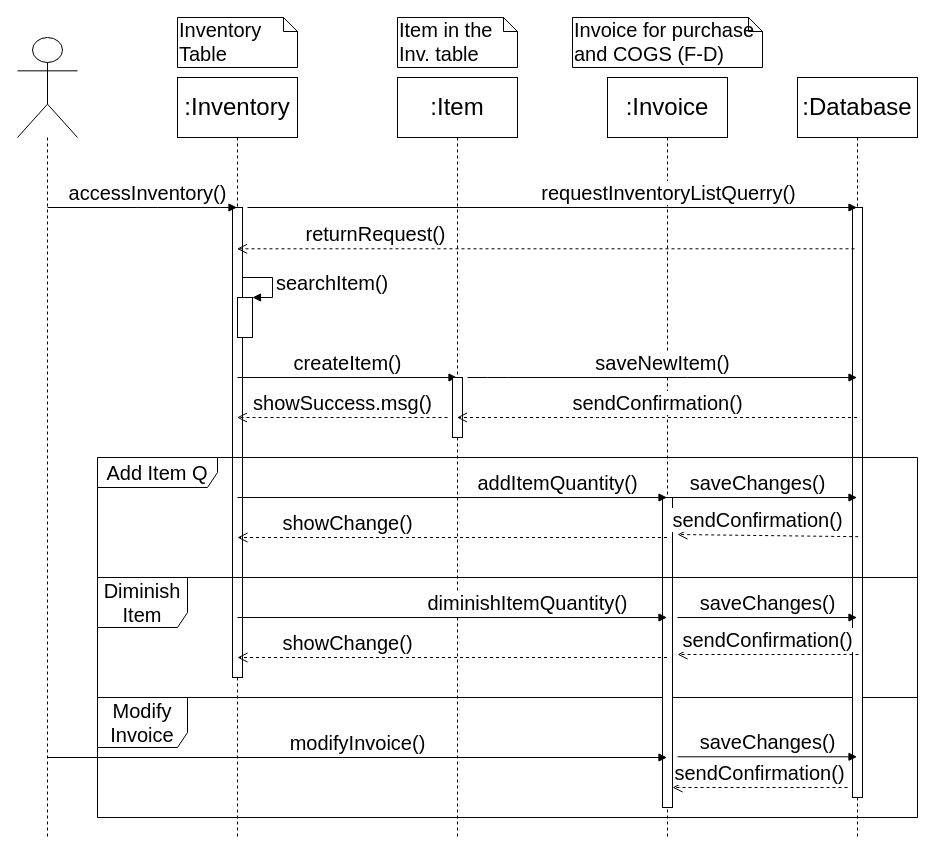
kkasharaj17/SE-project keeps this draw.io diagram as Diagrams/Sequence Diagrams/SEQ_17-18-19-20_Register Add Diminish Inventory Items and Modify Invoice.drawio. Above is the earlier version. Source tidied: cells renumbered, new cells numbered last; positions are measured from the earlier drawing's top-left corner, leaving out a move shared by most shapes. Both pictures are drawn from the tidied source at 100%, with x=0, y=0 at pixel (17, 17).
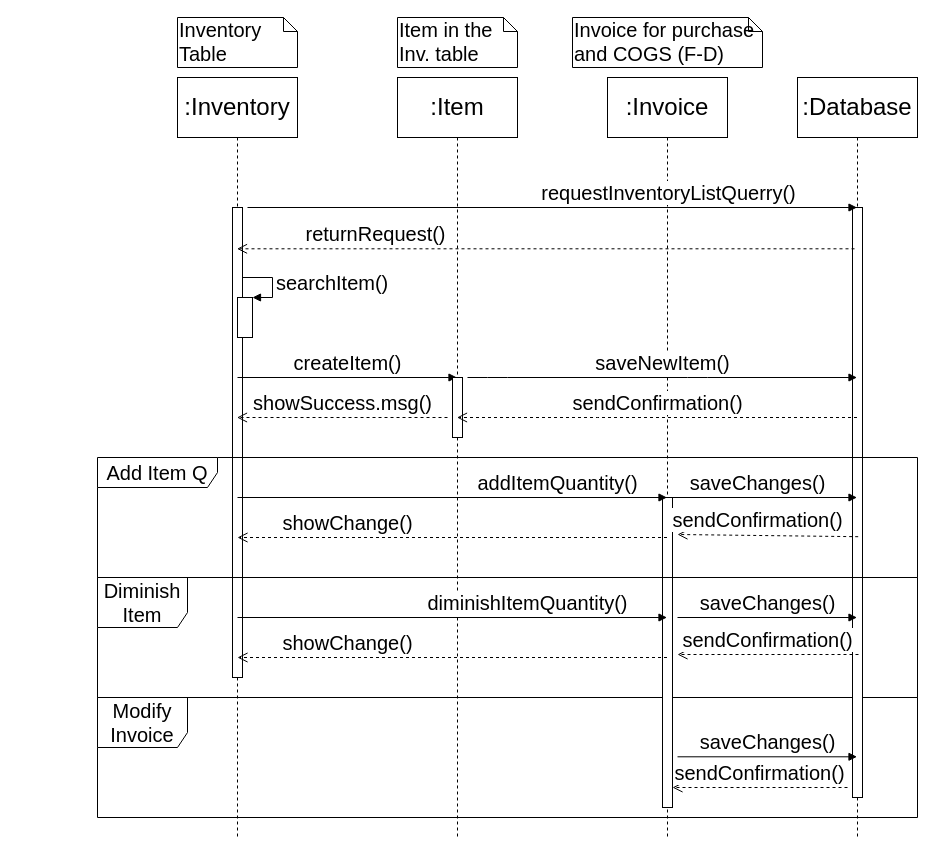
After the change.

Unchanged cells that the change refers to:
```xml
<mxCell id="4" value=":Invoice" style="shape=umlLifeline;perimeter=lifelinePerimeter;whiteSpace=wrap;html=1;outlineConnect=0;size=60;fontSize=24;" parent="1" vertex="1">
  <mxGeometry x="590" y="60" width="120" height="760" as="geometry" />
</mxCell>
<mxCell id="8" value=":Inventory" style="shape=umlLifeline;perimeter=lifelinePerimeter;whiteSpace=wrap;html=1;outlineConnect=0;size=60;fontSize=24;" parent="1" vertex="1">
  <mxGeometry x="160" y="60" width="120" height="760" as="geometry" />
</mxCell>
```

What changed in the source:
```diff
@@
-    <mxCell id="15" style="shape=umlLifeline;participant=umlActor;perimeter=lifelinePerimeter;whiteSpace=wrap;html=1;verticalAlign=top;spacingTop=36;labelBackgroundColor=#ffffff;size=100;" parent="1" vertex="1">
-      <mxGeometry y="20" width="60" height="800" as="geometry" />
-    </mxCell>
-    <mxCell id="16" value="accessInventory()" style="html=1;verticalAlign=bottom;endArrow=block;fontSize=20;" parent="15" edge="1" target="8">
-      <mxGeometry x="0.06" relative="1" as="geometry">
-        <mxPoint x="30" y="170" as="sourcePoint" />
-        <Array as="points">
-          <mxPoint x="130" y="170" />
-        </Array>
-      </mxGeometry>
-    </mxCell>
-    <mxCell id="17" value="modifyInvoice()" style="html=1;verticalAlign=bottom;endArrow=block;fontSize=20;" parent="15" edge="1" target="4">
-      <mxGeometry relative="1" as="geometry">
-        <mxPoint x="30" y="720" as="sourcePoint" />
-      </mxGeometry>
-    </mxCell>
```
